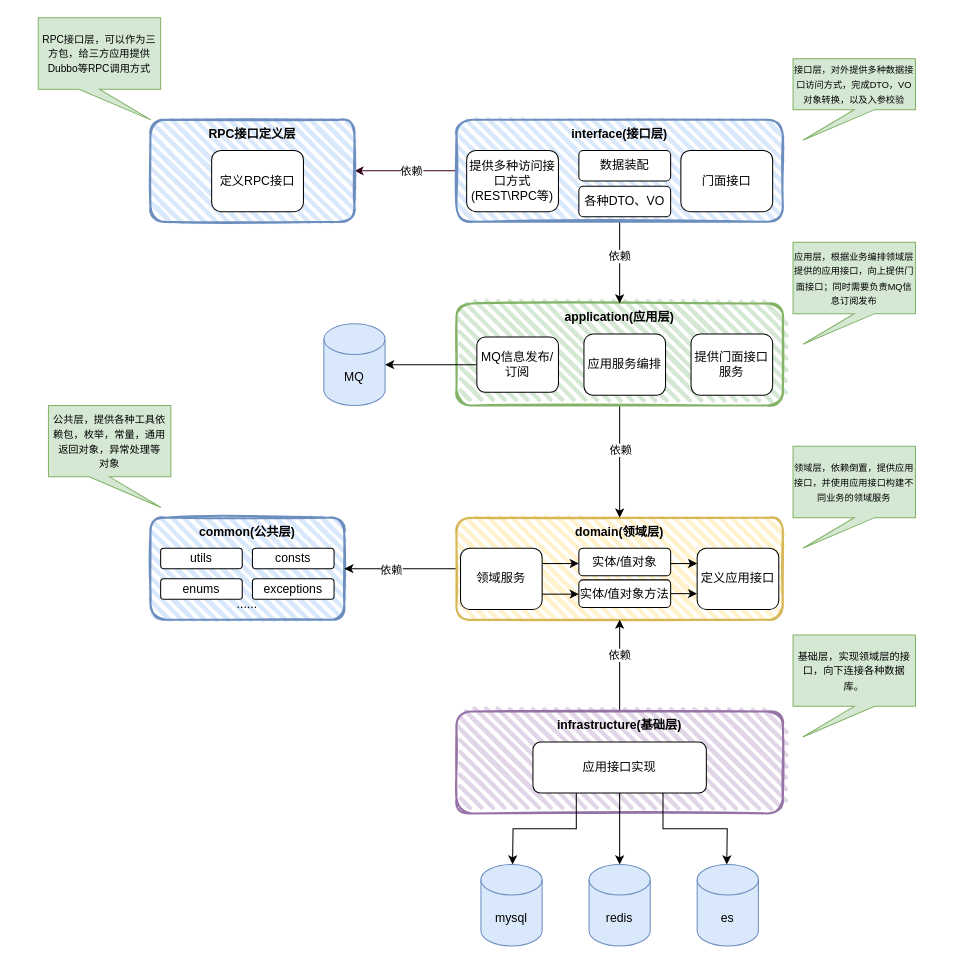
This is page "DDD模型" (6 of 6) of z-其他资源/DDD模式.drawio from txz1006/txz1006.github.io, a draw.io file, before an edit. Source tidied: cells renumbered, new cells numbered last; positions are measured from the earlier drawing's top-left corner, leaving out a move shared by most shapes. Both pictures are drawn from the tidied source at 102%, with x=0, y=0 at pixel (38, 17).
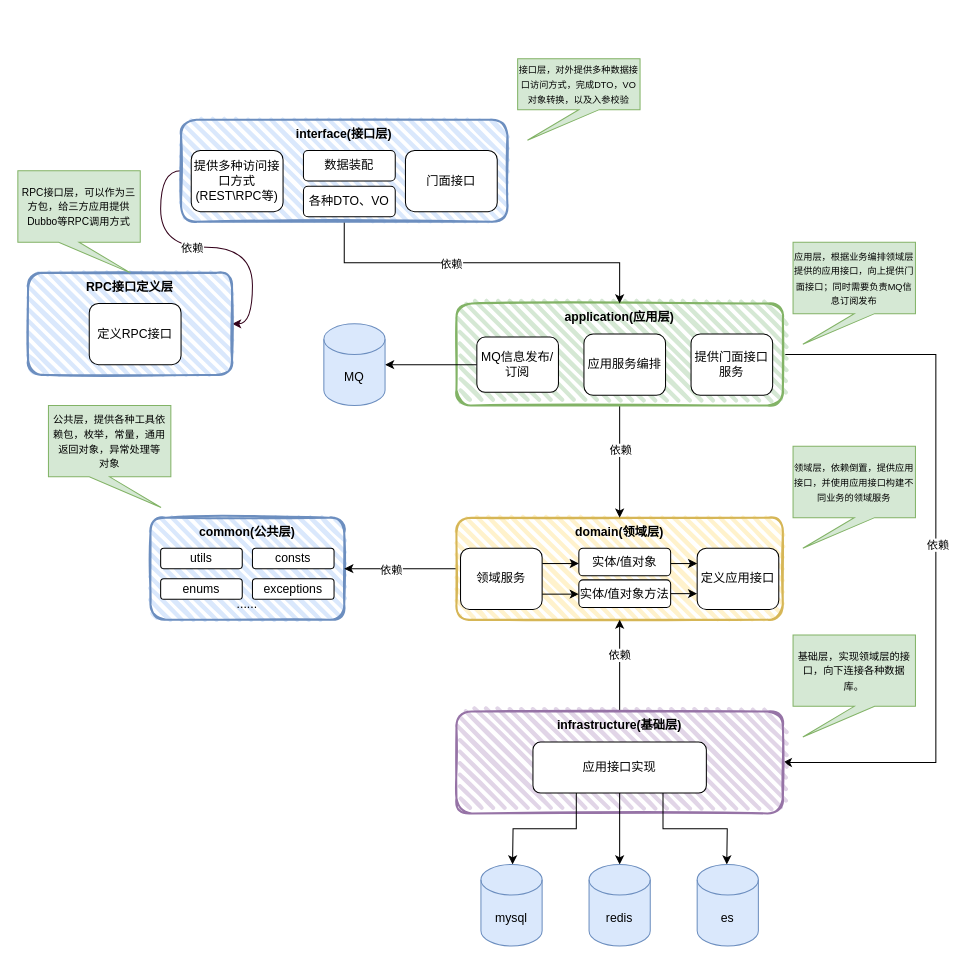
The same page after the edit.

The change refers to these unchanged cells:
```xml
<mxCell id="20" value="&lt;b&gt;application(应用层)&lt;/b&gt;" style="rounded=1;whiteSpace=wrap;html=1;strokeWidth=2;fillWeight=4;hachureGap=8;hachureAngle=45;fillColor=#d5e8d4;sketch=1;strokeColor=#82b366;verticalAlign=top;" parent="1" vertex="1">
  <mxGeometry x="410" y="280" width="320" height="100" as="geometry" />
</mxCell>
<mxCell id="32" value="&lt;b&gt;infrastructure(基础层)&lt;/b&gt;" style="rounded=1;whiteSpace=wrap;html=1;strokeWidth=2;fillWeight=4;hachureGap=8;hachureAngle=45;fillColor=#e1d5e7;sketch=1;strokeColor=#9673a6;verticalAlign=top;" parent="1" vertex="1">
  <mxGeometry x="410" y="680" width="320" height="100" as="geometry" />
</mxCell>
```

The edit, as a diff of the source:
```diff
@@
+    <mxCell id="54" style="edgeStyle=orthogonalEdgeStyle;rounded=0;jettySize=auto;html=1;exitX=1;exitY=0.5;exitDx=0;exitDy=0;entryX=1;entryY=0.5;entryDx=0;entryDy=0;" parent="1" edge="1" source="20" target="32">
+      <mxGeometry relative="1" as="geometry">
+        <Array as="points">
+          <mxPoint x="880" y="330" />
+          <mxPoint x="880" y="730" />
+        </Array>
+      </mxGeometry>
+    </mxCell>
+    <mxCell id="55" value="依赖" style="edgeLabel;html=1;align=center;verticalAlign=middle;" parent="54" vertex="1">
+      <mxGeometry x="-0.04" y="1" relative="1" as="geometry" />
+    </mxCell>
@@
     <mxCell id="26" value="&lt;b&gt;interface(接口层)&lt;/b&gt;" style="rounded=1;whiteSpace=wrap;html=1;strokeWidth=2;fillWeight=4;hachureGap=8;hachureAngle=45;fillColor=#dae8fc;sketch=1;strokeColor=#6c8ebf;verticalAlign=top;" parent="1" vertex="1">
-      <mxGeometry x="410" y="100" width="320" height="100" as="geometry" />
+      <mxGeometry x="140" y="100" width="320" height="100" as="geometry" />
     </mxCell>
     <mxCell id="27" value="提供多种访问接口方式(REST\RPC等)" style="rounded=1;whiteSpace=wrap;html=1;" parent="1" vertex="1">
-      <mxGeometry x="420" y="130" width="90" height="60" as="geometry" />
+      <mxGeometry x="150" y="130" width="90" height="60" as="geometry" />
     </mxCell>
     <mxCell id="28" value="数据装配" style="rounded=1;whiteSpace=wrap;html=1;" parent="1" vertex="1">
-      <mxGeometry x="530" y="130" width="90" height="30" as="geometry" />
+      <mxGeometry x="260" y="130" width="90" height="30" as="geometry" />
     </mxCell>
     <mxCell id="29" value="各种DTO、VO" style="rounded=1;whiteSpace=wrap;html=1;" parent="1" vertex="1">
-      <mxGeometry x="530" y="165" width="90" height="30" as="geometry" />
+      <mxGeometry x="260" y="165" width="90" height="30" as="geometry" />
     </mxCell>
@@
     <mxCell id="45" value="门面接口" style="rounded=1;whiteSpace=wrap;html=1;" parent="1" vertex="1">
-      <mxGeometry x="630" y="130" width="90" height="60" as="geometry" />
+      <mxGeometry x="360" y="130" width="90" height="60" as="geometry" />
     </mxCell>
     <mxCell id="46" value="&lt;b&gt;RPC接口定义层&lt;/b&gt;" style="rounded=1;whiteSpace=wrap;html=1;strokeWidth=2;fillWeight=4;hachureGap=8;hachureAngle=45;fillColor=#dae8fc;sketch=1;strokeColor=#6c8ebf;verticalAlign=top;" parent="1" vertex="1">
-      <mxGeometry x="110" y="100" width="200" height="100" as="geometry" />
+      <mxGeometry x="-10" y="250" width="200" height="100" as="geometry" />
     </mxCell>
     <mxCell id="47" value="定义RPC接口" style="rounded=1;whiteSpace=wrap;html=1;" parent="1" vertex="1">
-      <mxGeometry x="170" y="130" width="90" height="60" as="geometry" />
+      <mxGeometry x="50" y="280" width="90" height="60" as="geometry" />
     </mxCell>
     <mxCell id="48" value="&lt;font style=&quot;font-size: 9px;&quot;&gt;接口层，对外提供多种数据接口访问方式，完成DTO，VO对象转换，以及入参校验&lt;/font&gt;" style="shape=callout;whiteSpace=wrap;html=1;perimeter=calloutPerimeter;position2=0.08;fillColor=#d5e8d4;strokeColor=#82b366;" parent="1" vertex="1">
-      <mxGeometry x="740" y="40" width="120" height="80" as="geometry" />
+      <mxGeometry x="470" y="40" width="120" height="80" as="geometry" />
     </mxCell>
@@
     <mxCell id="53" value="&lt;span style=&quot;font-size: x-small;&quot;&gt;RPC接口层，可以作为三方包，给三方应用提供Dubbo等RPC调用方式&lt;br&gt;&lt;/span&gt;" style="shape=callout;whiteSpace=wrap;html=1;perimeter=calloutPerimeter;position2=0.08;fillColor=#d5e8d4;strokeColor=#82b366;flipH=1;" parent="1" vertex="1">
-      <mxGeometry width="120" height="100" as="geometry" />
+      <mxGeometry x="-20" y="150" width="120" height="100" as="geometry" />
     </mxCell>
```
